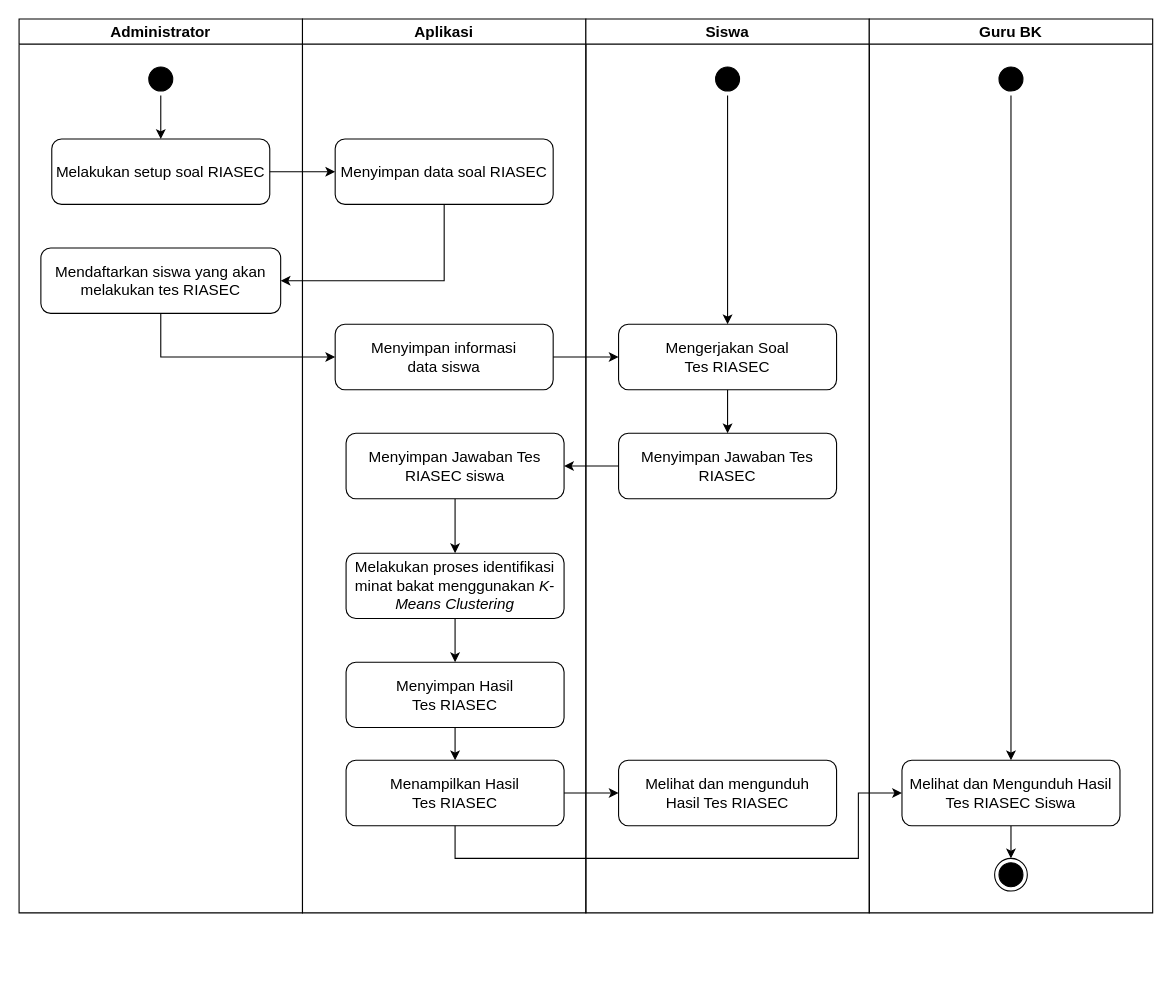
Above: page "Page-2" (1 of 2) of Analsis sistem yang berjalan.drawio in azizarizaldi/draw-io-project (draw.io), before the change. Source tidied: cells renumbered, new cells numbered last; positions are measured from the earlier drawing's top-left corner, leaving out a move shared by most shapes. Both pictures are drawn from the tidied source at 109%, with x=0, y=0 at pixel (19, 19).
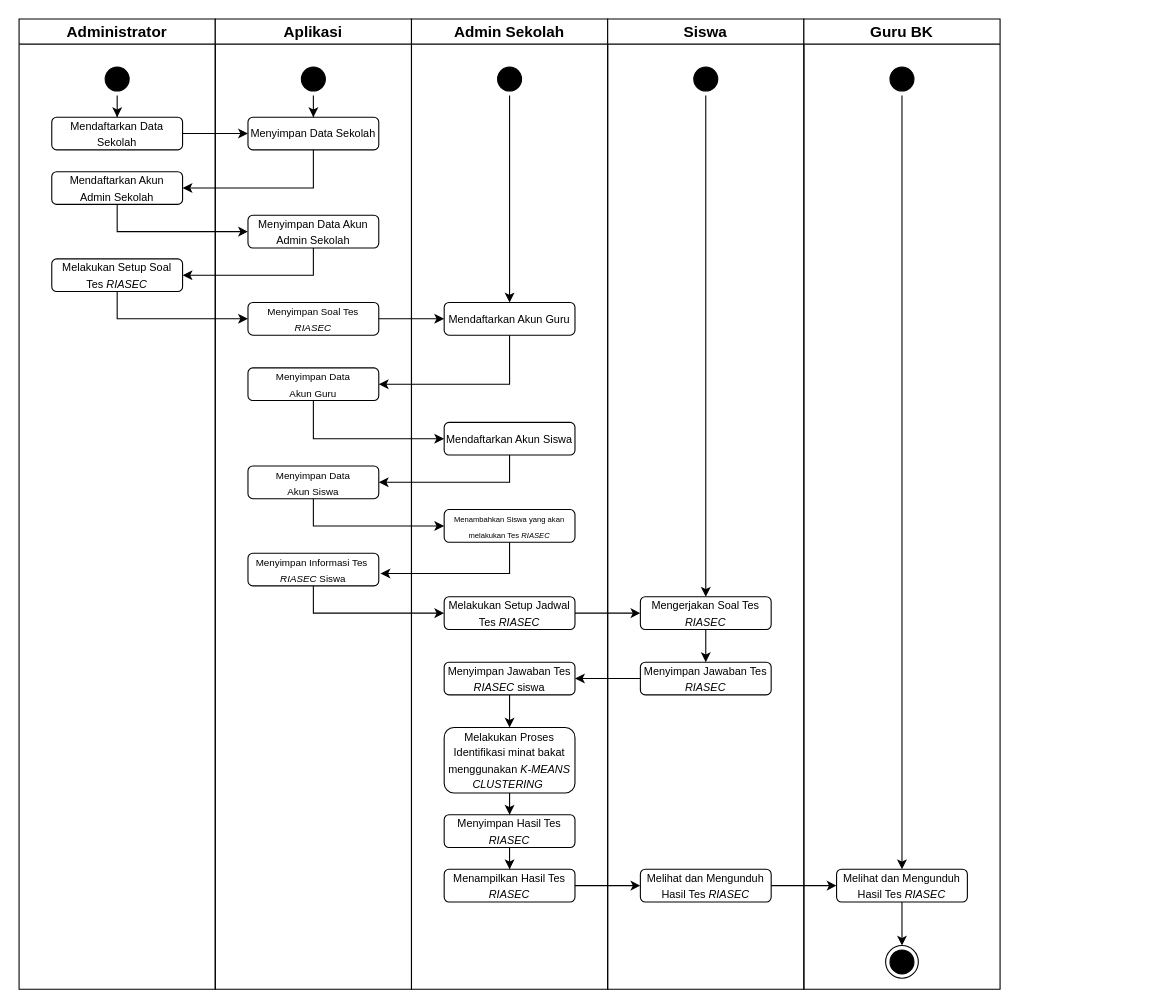
After the change.

Diff of the diagram source:
```diff
@@
     <mxCell id="2" value="&lt;font style=&quot;font-size: 14px;&quot;&gt;Administrator&lt;/font&gt;" style="swimlane;whiteSpace=wrap;html=1;startSize=23;" parent="1" vertex="1">
-      <mxGeometry width="260" height="820" as="geometry" />
+      <mxGeometry width="180" height="890" as="geometry" />
     </mxCell>
@@
     <mxCell id="4" style="ellipse;html=1;shape=startState;fillColor=#000000;strokeColor=#000000;" parent="2" vertex="1">
-      <mxGeometry x="115" y="40" width="30" height="30" as="geometry" />
+      <mxGeometry x="75" y="40" width="30" height="30" as="geometry" />
     </mxCell>
-    <mxCell id="5" value="&lt;font style=&quot;font-size: 14px;&quot;&gt;Melakukan setup soal RIASEC&lt;/font&gt;" style="rounded=1;whiteSpace=wrap;html=1;" parent="2" vertex="1">
-      <mxGeometry x="30" y="110" width="200" height="60" as="geometry" />
+    <mxCell id="5" value="&lt;font style=&quot;font-size: 10px;&quot;&gt;Mendaftarkan Data Sekolah&lt;/font&gt;" style="rounded=1;whiteSpace=wrap;html=1;" parent="2" vertex="1">
+      <mxGeometry x="30" y="90" width="120" height="30" as="geometry" />
     </mxCell>
-    <mxCell id="6" value="&lt;font style=&quot;font-size: 14px;&quot;&gt;Mendaftarkan siswa yang akan melakukan tes RIASEC&lt;/font&gt;" style="rounded=1;whiteSpace=wrap;html=1;" parent="2" vertex="1">
-      <mxGeometry x="20" y="210" width="220" height="60" as="geometry" />
+    <mxCell id="6" value="&lt;font style=&quot;font-size: 10px;&quot;&gt;Mendaftarkan Akun&lt;br&gt;Admin Sekolah&lt;/font&gt;" style="rounded=1;whiteSpace=wrap;html=1;" parent="2" vertex="1">
+      <mxGeometry x="30" y="140" width="120" height="30" as="geometry" />
     </mxCell>
+    <mxCell id="38" value="&lt;span style=&quot;font-size: 10px;&quot;&gt;Melakukan Setup Soal Tes &lt;i&gt;RIASEC&lt;/i&gt;&lt;/span&gt;" style="rounded=1;whiteSpace=wrap;html=1;" parent="2" vertex="1">
+      <mxGeometry x="30" y="220" width="120" height="30" as="geometry" />
+    </mxCell>
-    <mxCell id="7" value="&lt;span style=&quot;font-size: 14px;&quot;&gt;Aplikasi&lt;/span&gt;" style="swimlane;whiteSpace=wrap;html=1;" parent="1" vertex="1">
-      <mxGeometry x="260" width="260" height="820" as="geometry" />
+    <mxCell id="7" value="&lt;font style=&quot;font-size: 14px;&quot;&gt;Aplikasi&lt;/font&gt;" style="swimlane;whiteSpace=wrap;html=1;startSize=23;" parent="1" vertex="1">
+      <mxGeometry x="180" width="180" height="890" as="geometry" />
     </mxCell>
-    <mxCell id="8" value="&lt;font style=&quot;font-size: 14px;&quot;&gt;Menyimpan data soal RIASEC&lt;/font&gt;" style="rounded=1;whiteSpace=wrap;html=1;" parent="7" vertex="1">
-      <mxGeometry x="30" y="110" width="200" height="60" as="geometry" />
-    </mxCell>
-    <mxCell id="9" value="&lt;font style=&quot;font-size: 14px;&quot;&gt;Menyimpan informasi&lt;br&gt;data siswa&lt;/font&gt;" style="rounded=1;whiteSpace=wrap;html=1;" parent="7" vertex="1">
-      <mxGeometry x="30" y="280" width="200" height="60" as="geometry" />
-    </mxCell>
-    <mxCell id="10" style="edgeStyle=orthogonalEdgeStyle;rounded=0;jettySize=auto;html=1;" parent="7" edge="1" source="11" target="13">
-      <mxGeometry relative="1" as="geometry" />
-    </mxCell>
+    <mxCell id="39" style="edgeStyle=orthogonalEdgeStyle;rounded=0;jettySize=auto;html=1;" parent="7" edge="1" source="40" target="41">
+      <mxGeometry relative="1" as="geometry" />
+    </mxCell>
+    <mxCell id="40" style="ellipse;html=1;shape=startState;fillColor=#000000;strokeColor=#000000;" parent="7" vertex="1">
+      <mxGeometry x="75" y="40" width="30" height="30" as="geometry" />
+    </mxCell>
+    <mxCell id="41" value="&lt;font style=&quot;font-size: 10px;&quot;&gt;Menyimpan Data Sekolah&lt;/font&gt;" style="rounded=1;whiteSpace=wrap;html=1;" parent="7" vertex="1">
+      <mxGeometry x="30" y="90" width="120" height="30" as="geometry" />
+    </mxCell>
+    <mxCell id="42" value="&lt;span style=&quot;font-size: 10px;&quot;&gt;Menyimpan Data Akun Admin Sekolah&lt;/span&gt;" style="rounded=1;whiteSpace=wrap;html=1;" parent="7" vertex="1">
+      <mxGeometry x="30" y="180" width="120" height="30" as="geometry" />
+    </mxCell>
+    <mxCell id="43" value="&lt;font style=&quot;font-size: 9px;&quot;&gt;Menyimpan Soal Tes &lt;i style=&quot;&quot;&gt;RIASEC&lt;/i&gt;&lt;/font&gt;" style="rounded=1;whiteSpace=wrap;html=1;" parent="7" vertex="1">
+      <mxGeometry x="30" y="260" width="120" height="30" as="geometry" />
+    </mxCell>
+    <mxCell id="44" value="&lt;font style=&quot;font-size: 9px;&quot;&gt;Menyimpan Data&lt;br&gt;Akun Guru&lt;/font&gt;" style="rounded=1;whiteSpace=wrap;html=1;" parent="7" vertex="1">
+      <mxGeometry x="30" y="320" width="120" height="30" as="geometry" />
+    </mxCell>
+    <mxCell id="45" value="&lt;font style=&quot;font-size: 9px;&quot;&gt;Menyimpan Data&lt;br&gt;Akun Siswa&lt;/font&gt;" style="rounded=1;whiteSpace=wrap;html=1;" parent="7" vertex="1">
+      <mxGeometry x="30" y="410" width="120" height="30" as="geometry" />
+    </mxCell>
+    <mxCell id="46" value="&lt;font style=&quot;font-size: 9px;&quot;&gt;Menyimpan Informasi Tes&amp;nbsp; &lt;i&gt;RIASEC&amp;nbsp;&lt;/i&gt;Siswa&lt;/font&gt;" style="rounded=1;whiteSpace=wrap;html=1;" parent="7" vertex="1">
+      <mxGeometry x="30" y="490" width="120" height="30" as="geometry" />
+    </mxCell>
+    <mxCell id="47" value="&lt;font style=&quot;font-size: 14px;&quot;&gt;Admin Sekolah&lt;/font&gt;" style="swimlane;whiteSpace=wrap;html=1;startSize=23;" parent="1" vertex="1">
+      <mxGeometry x="360" width="180" height="890" as="geometry" />
+    </mxCell>
+    <mxCell id="48" style="edgeStyle=orthogonalEdgeStyle;rounded=0;jettySize=auto;html=1;" parent="47" edge="1" source="49" target="50">
+      <mxGeometry relative="1" as="geometry" />
+    </mxCell>
+    <mxCell id="49" style="ellipse;html=1;shape=startState;fillColor=#000000;strokeColor=#000000;" parent="47" vertex="1">
+      <mxGeometry x="75" y="40" width="30" height="30" as="geometry" />
+    </mxCell>
+    <mxCell id="50" value="&lt;font style=&quot;font-size: 10px;&quot;&gt;Mendaftarkan Akun Guru&lt;/font&gt;" style="rounded=1;whiteSpace=wrap;html=1;" parent="47" vertex="1">
+      <mxGeometry x="30" y="260" width="120" height="30" as="geometry" />
+    </mxCell>
+    <mxCell id="51" value="&lt;font style=&quot;font-size: 10px;&quot;&gt;Mendaftarkan Akun Siswa&lt;/font&gt;" style="rounded=1;whiteSpace=wrap;html=1;" parent="47" vertex="1">
+      <mxGeometry x="30" y="370" width="120" height="30" as="geometry" />
+    </mxCell>
+    <mxCell id="52" value="&lt;font style=&quot;font-size: 7px;&quot;&gt;Menambahkan Siswa yang akan melakukan Tes &lt;i style=&quot;&quot;&gt;RIASEC&lt;/i&gt;&lt;/font&gt;" style="rounded=1;whiteSpace=wrap;html=1;" parent="47" vertex="1">
+      <mxGeometry x="30" y="450" width="120" height="30" as="geometry" />
+    </mxCell>
+    <mxCell id="53" value="&lt;font size=&quot;1&quot;&gt;Melakukan Setup Jadwal Tes &lt;i&gt;RIASEC&lt;/i&gt;&lt;/font&gt;" style="rounded=1;whiteSpace=wrap;html=1;" parent="47" vertex="1">
+      <mxGeometry x="30" y="530" width="120" height="30" as="geometry" />
+    </mxCell>
+    <mxCell id="54" style="edgeStyle=orthogonalEdgeStyle;rounded=0;jettySize=auto;html=1;" parent="47" edge="1" source="11" target="56">
+      <mxGeometry relative="1" as="geometry" />
+    </mxCell>
-    <mxCell id="11" value="&lt;span style=&quot;font-size: 14px;&quot;&gt;Menyimpan Jawaban Tes RIASEC siswa&lt;/span&gt;" style="rounded=1;whiteSpace=wrap;html=1;" parent="7" vertex="1">
-      <mxGeometry x="40" y="380" width="200" height="60" as="geometry" />
+    <mxCell id="11" value="&lt;font size=&quot;1&quot;&gt;Menyimpan Jawaban Tes &lt;i&gt;RIASEC &lt;/i&gt;siswa&lt;/font&gt;" style="rounded=1;whiteSpace=wrap;html=1;" parent="47" vertex="1">
+      <mxGeometry x="30" y="590" width="120" height="30" as="geometry" />
     </mxCell>
-    <mxCell id="12" style="edgeStyle=orthogonalEdgeStyle;rounded=0;jettySize=auto;html=1;" parent="7" edge="1" source="13" target="15">
-      <mxGeometry relative="1" as="geometry" />
-    </mxCell>
-    <mxCell id="13" value="&lt;span style=&quot;font-size: 14px;&quot;&gt;Melakukan proses identifikasi minat bakat menggunakan &lt;i&gt;K-Means Clustering&lt;/i&gt;&lt;/span&gt;" style="rounded=1;whiteSpace=wrap;html=1;" parent="7" vertex="1">
-      <mxGeometry x="40" y="490" width="200" height="60" as="geometry" />
-    </mxCell>
+    <mxCell id="55" style="edgeStyle=orthogonalEdgeStyle;rounded=0;jettySize=auto;html=1;" parent="47" edge="1" source="56" target="15">
+      <mxGeometry relative="1" as="geometry" />
+    </mxCell>
+    <mxCell id="56" value="&lt;font size=&quot;1&quot;&gt;Melakukan Proses Identifikasi minat bakat menggunakan &lt;i&gt;K-MEANS CLUSTERING&amp;nbsp;&lt;/i&gt;&lt;/font&gt;" style="rounded=1;whiteSpace=wrap;html=1;" parent="47" vertex="1">
+      <mxGeometry x="30" y="650" width="120" height="60" as="geometry" />
+    </mxCell>
-    <mxCell id="14" style="edgeStyle=orthogonalEdgeStyle;rounded=0;jettySize=auto;html=1;" parent="7" edge="1" source="15" target="16">
+    <mxCell id="14" style="edgeStyle=orthogonalEdgeStyle;rounded=0;jettySize=auto;html=1;" parent="47" edge="1" source="15" target="16">
       <mxGeometry relative="1" as="geometry" />
     </mxCell>
-    <mxCell id="15" value="&lt;span style=&quot;font-size: 14px;&quot;&gt;Menyimpan Hasil&lt;br&gt;Tes RIASEC&lt;/span&gt;" style="rounded=1;whiteSpace=wrap;html=1;" parent="7" vertex="1">
-      <mxGeometry x="40" y="590" width="200" height="60" as="geometry" />
+    <mxCell id="15" value="&lt;font size=&quot;1&quot;&gt;Menyimpan Hasil Tes &lt;i&gt;RIASEC&lt;/i&gt;&lt;/font&gt;" style="rounded=1;whiteSpace=wrap;html=1;" parent="47" vertex="1">
+      <mxGeometry x="30" y="730" width="120" height="30" as="geometry" />
     </mxCell>
-    <mxCell id="16" value="&lt;span style=&quot;font-size: 14px;&quot;&gt;Menampilkan Hasil&lt;br&gt;Tes RIASEC&lt;/span&gt;" style="rounded=1;whiteSpace=wrap;html=1;" parent="7" vertex="1">
-      <mxGeometry x="40" y="680" width="200" height="60" as="geometry" />
+    <mxCell id="16" value="&lt;font size=&quot;1&quot;&gt;Menampilkan Hasil Tes &lt;i&gt;RIASEC&lt;/i&gt;&lt;/font&gt;" style="rounded=1;whiteSpace=wrap;html=1;" parent="47" vertex="1">
+      <mxGeometry x="30" y="780" width="120" height="30" as="geometry" />
     </mxCell>
-    <mxCell id="17" value="&lt;font style=&quot;font-size: 14px;&quot;&gt;Siswa&lt;/font&gt;" style="swimlane;whiteSpace=wrap;html=1;" parent="1" vertex="1">
-      <mxGeometry x="520" width="260" height="820" as="geometry" />
+    <mxCell id="17" value="&lt;font style=&quot;font-size: 14px;&quot;&gt;Siswa&lt;/font&gt;" style="swimlane;whiteSpace=wrap;html=1;startSize=23;" parent="1" vertex="1">
+      <mxGeometry x="540" width="180" height="890" as="geometry" />
     </mxCell>
-    <mxCell id="18" style="edgeStyle=orthogonalEdgeStyle;rounded=0;jettySize=auto;html=1;" parent="17" edge="1" source="19">
-      <mxGeometry relative="1" as="geometry">
-        <mxPoint x="130" y="280" as="targetPoint" />
-      </mxGeometry>
-    </mxCell>
-    <mxCell id="19" style="ellipse;html=1;shape=startState;fillColor=#000000;strokeColor=#000000;" parent="17" vertex="1">
-      <mxGeometry x="115" y="40" width="30" height="30" as="geometry" />
-    </mxCell>
-    <mxCell id="20" value="&lt;span style=&quot;font-size: 14px;&quot;&gt;Menyimpan Jawaban Tes RIASEC&lt;/span&gt;" style="rounded=1;whiteSpace=wrap;html=1;" parent="17" vertex="1">
-      <mxGeometry x="30" y="380" width="200" height="60" as="geometry" />
-    </mxCell>
+    <mxCell id="57" style="edgeStyle=orthogonalEdgeStyle;rounded=0;jettySize=auto;html=1;" parent="17" edge="1" source="58" target="22">
+      <mxGeometry relative="1" as="geometry" />
+    </mxCell>
+    <mxCell id="58" style="ellipse;html=1;shape=startState;fillColor=#000000;strokeColor=#000000;" parent="17" vertex="1">
+      <mxGeometry x="75" y="40" width="30" height="30" as="geometry" />
+    </mxCell>
@@
-    <mxCell id="22" value="&lt;span style=&quot;font-size: 14px;&quot;&gt;Mengerjakan Soal&lt;br&gt;Tes RIASEC&lt;/span&gt;" style="rounded=1;whiteSpace=wrap;html=1;" parent="17" vertex="1">
-      <mxGeometry x="30" y="280" width="200" height="60" as="geometry" />
+    <mxCell id="22" value="&lt;font style=&quot;font-size: 10px;&quot;&gt;Mengerjakan Soal Tes &lt;i&gt;RIASEC&lt;/i&gt;&lt;/font&gt;" style="rounded=1;whiteSpace=wrap;html=1;" parent="17" vertex="1">
+      <mxGeometry x="30" y="530" width="120" height="30" as="geometry" />
     </mxCell>
-    <mxCell id="23" value="&lt;span style=&quot;font-size: 14px;&quot;&gt;Melihat dan mengunduh&lt;br&gt;Hasil Tes RIASEC&lt;/span&gt;" style="rounded=1;whiteSpace=wrap;html=1;" parent="17" vertex="1">
-      <mxGeometry x="30" y="680" width="200" height="60" as="geometry" />
-    </mxCell>
-    <mxCell id="24" style="edgeStyle=orthogonalEdgeStyle;rounded=0;jettySize=auto;html=1;" parent="1" edge="1" source="5" target="8">
-      <mxGeometry relative="1" as="geometry" />
-    </mxCell>
-    <mxCell id="25" style="edgeStyle=orthogonalEdgeStyle;rounded=0;jettySize=auto;html=1;entryX=1;entryY=0.5;entryDx=0;entryDy=0;" parent="1" edge="1" source="8" target="6">
-      <mxGeometry relative="1" as="geometry">
-        <Array as="points">
-          <mxPoint x="390" y="240" />
-        </Array>
-      </mxGeometry>
-    </mxCell>
-    <mxCell id="26" style="edgeStyle=orthogonalEdgeStyle;rounded=0;jettySize=auto;html=1;entryX=0;entryY=0.5;entryDx=0;entryDy=0;" parent="1" edge="1" source="6" target="9">
-      <mxGeometry relative="1" as="geometry">
-        <Array as="points">
-          <mxPoint x="130" y="310" />
-        </Array>
-      </mxGeometry>
-    </mxCell>
-    <mxCell id="27" style="edgeStyle=orthogonalEdgeStyle;rounded=0;jettySize=auto;html=1;" parent="1" edge="1" source="9" target="22">
-      <mxGeometry relative="1" as="geometry" />
-    </mxCell>
+    <mxCell id="20" value="&lt;font size=&quot;1&quot;&gt;Menyimpan Jawaban Tes &lt;i&gt;RIASEC&lt;/i&gt;&lt;/font&gt;" style="rounded=1;whiteSpace=wrap;html=1;" parent="17" vertex="1">
+      <mxGeometry x="30" y="590" width="120" height="30" as="geometry" />
+    </mxCell>
+    <mxCell id="59" value="&lt;font size=&quot;1&quot;&gt;Melihat dan Mengunduh Hasil Tes &lt;i&gt;RIASEC&lt;/i&gt;&lt;/font&gt;" style="rounded=1;whiteSpace=wrap;html=1;" parent="17" vertex="1">
+      <mxGeometry x="30" y="780" width="120" height="30" as="geometry" />
+    </mxCell>
+    <mxCell id="29" value="&lt;span style=&quot;font-size: 14px;&quot;&gt;Guru BK&lt;/span&gt;" style="swimlane;whiteSpace=wrap;html=1;startSize=23;" parent="1" vertex="1">
+      <mxGeometry x="720" width="180" height="890" as="geometry" />
+    </mxCell>
+    <mxCell id="60" style="edgeStyle=orthogonalEdgeStyle;rounded=0;jettySize=auto;html=1;entryX=0.5;entryY=0;entryDx=0;entryDy=0;" parent="29" edge="1" source="61" target="63">
+      <mxGeometry relative="1" as="geometry" />
+    </mxCell>
+    <mxCell id="61" style="ellipse;html=1;shape=startState;fillColor=#000000;strokeColor=#000000;" parent="29" vertex="1">
+      <mxGeometry x="75" y="40" width="30" height="30" as="geometry" />
+    </mxCell>
+    <mxCell id="62" style="edgeStyle=orthogonalEdgeStyle;rounded=0;jettySize=auto;html=1;" parent="29" edge="1" source="63" target="64">
+      <mxGeometry relative="1" as="geometry" />
+    </mxCell>
+    <mxCell id="63" value="&lt;font size=&quot;1&quot;&gt;Melihat dan Mengunduh Hasil Tes &lt;i&gt;RIASEC&lt;/i&gt;&lt;/font&gt;" style="rounded=1;whiteSpace=wrap;html=1;" parent="29" vertex="1">
+      <mxGeometry x="30" y="780" width="120" height="30" as="geometry" />
+    </mxCell>
+    <mxCell id="64" style="ellipse;html=1;shape=endState;fillColor=#000000;strokeColor=#000000;" parent="29" vertex="1">
+      <mxGeometry x="75" y="850" width="30" height="30" as="geometry" />
+    </mxCell>
+    <mxCell id="65" style="edgeStyle=orthogonalEdgeStyle;rounded=0;jettySize=auto;html=1;entryX=0;entryY=0.5;entryDx=0;entryDy=0;" parent="1" edge="1" source="5" target="41">
+      <mxGeometry relative="1" as="geometry" />
+    </mxCell>
+    <mxCell id="66" style="edgeStyle=orthogonalEdgeStyle;rounded=0;jettySize=auto;html=1;entryX=1;entryY=0.5;entryDx=0;entryDy=0;" parent="1" edge="1" source="41" target="6">
+      <mxGeometry relative="1" as="geometry">
+        <Array as="points">
+          <mxPoint x="270" y="155" />
+        </Array>
+      </mxGeometry>
+    </mxCell>
+    <mxCell id="67" style="edgeStyle=orthogonalEdgeStyle;rounded=0;jettySize=auto;html=1;exitX=0.5;exitY=1;exitDx=0;exitDy=0;" parent="1" edge="1" source="6" target="42">
+      <mxGeometry relative="1" as="geometry">
+        <Array as="points">
+          <mxPoint x="90" y="195" />
+        </Array>
+      </mxGeometry>
+    </mxCell>
+    <mxCell id="68" style="edgeStyle=orthogonalEdgeStyle;rounded=0;jettySize=auto;html=1;entryX=1;entryY=0.5;entryDx=0;entryDy=0;" parent="1" edge="1" source="42" target="38">
+      <mxGeometry relative="1" as="geometry">
+        <Array as="points">
+          <mxPoint x="270" y="235" />
+        </Array>
+      </mxGeometry>
+    </mxCell>
+    <mxCell id="69" style="edgeStyle=orthogonalEdgeStyle;rounded=0;jettySize=auto;html=1;entryX=0;entryY=0.5;entryDx=0;entryDy=0;" parent="1" edge="1" source="38" target="43">
+      <mxGeometry relative="1" as="geometry">
+        <Array as="points">
+          <mxPoint x="90" y="275" />
+        </Array>
+      </mxGeometry>
+    </mxCell>
+    <mxCell id="70" style="edgeStyle=orthogonalEdgeStyle;rounded=0;jettySize=auto;html=1;entryX=0;entryY=0.5;entryDx=0;entryDy=0;" parent="1" edge="1" source="43" target="50">
+      <mxGeometry relative="1" as="geometry" />
+    </mxCell>
+    <mxCell id="71" style="edgeStyle=orthogonalEdgeStyle;rounded=0;jettySize=auto;html=1;entryX=1;entryY=0.5;entryDx=0;entryDy=0;" parent="1" edge="1" source="50" target="44">
+      <mxGeometry relative="1" as="geometry">
+        <Array as="points">
+          <mxPoint x="450" y="335" />
+        </Array>
+      </mxGeometry>
+    </mxCell>
+    <mxCell id="72" style="edgeStyle=orthogonalEdgeStyle;rounded=0;jettySize=auto;html=1;" parent="1" edge="1" source="44" target="51">
+      <mxGeometry relative="1" as="geometry">
+        <Array as="points">
+          <mxPoint x="270" y="385" />
+        </Array>
+      </mxGeometry>
+    </mxCell>
+    <mxCell id="73" style="edgeStyle=orthogonalEdgeStyle;rounded=0;jettySize=auto;html=1;entryX=1;entryY=0.5;entryDx=0;entryDy=0;" parent="1" edge="1" source="51" target="45">
+      <mxGeometry relative="1" as="geometry">
+        <Array as="points">
+          <mxPoint x="450" y="425" />
+        </Array>
+      </mxGeometry>
+    </mxCell>
+    <mxCell id="74" style="edgeStyle=orthogonalEdgeStyle;rounded=0;jettySize=auto;html=1;entryX=0;entryY=0.5;entryDx=0;entryDy=0;" parent="1" edge="1" source="45" target="52">
+      <mxGeometry relative="1" as="geometry">
+        <Array as="points">
+          <mxPoint x="270" y="465" />
+        </Array>
+      </mxGeometry>
+    </mxCell>
+    <mxCell id="75" style="edgeStyle=orthogonalEdgeStyle;rounded=0;jettySize=auto;html=1;entryX=1.013;entryY=0.621;entryDx=0;entryDy=0;entryPerimeter=0;" parent="1" edge="1" source="52" target="46">
+      <mxGeometry relative="1" as="geometry">
+        <Array as="points">
+          <mxPoint x="450" y="509" />
+        </Array>
+      </mxGeometry>
+    </mxCell>
+    <mxCell id="76" style="edgeStyle=orthogonalEdgeStyle;rounded=0;jettySize=auto;html=1;entryX=0;entryY=0.5;entryDx=0;entryDy=0;" parent="1" edge="1" source="46" target="53">
+      <mxGeometry relative="1" as="geometry">
+        <Array as="points">
+          <mxPoint x="270" y="545" />
+        </Array>
+      </mxGeometry>
+    </mxCell>
+    <mxCell id="77" style="edgeStyle=orthogonalEdgeStyle;rounded=0;jettySize=auto;html=1;" parent="1" edge="1" source="53" target="22">
+      <mxGeometry relative="1" as="geometry" />
+    </mxCell>
@@
-    <mxCell id="29" value="&lt;font style=&quot;font-size: 14px;&quot;&gt;Guru BK&lt;/font&gt;" style="swimlane;whiteSpace=wrap;html=1;" parent="1" vertex="1">
-      <mxGeometry x="780" width="260" height="820" as="geometry" />
-    </mxCell>
-    <mxCell id="30" style="edgeStyle=orthogonalEdgeStyle;rounded=0;jettySize=auto;html=1;entryX=0.5;entryY=0;entryDx=0;entryDy=0;" parent="29" edge="1" source="31" target="34">
-      <mxGeometry relative="1" as="geometry" />
-    </mxCell>
-    <mxCell id="31" style="ellipse;html=1;shape=startState;fillColor=#000000;strokeColor=#000000;" parent="29" vertex="1">
-      <mxGeometry x="115" y="40" width="30" height="30" as="geometry" />
-    </mxCell>
-    <mxCell id="32" style="edgeStyle=orthogonalEdgeStyle;rounded=0;orthogonalLoop=1;jettySize=auto;html=1;" parent="29" edge="1">
-      <mxGeometry relative="1" as="geometry">
-        <mxPoint x="130" y="340" as="sourcePoint" />
-      </mxGeometry>
-    </mxCell>
-    <mxCell id="33" style="edgeStyle=orthogonalEdgeStyle;rounded=0;jettySize=auto;html=1;" parent="29" edge="1" source="34" target="35">
-      <mxGeometry relative="1" as="geometry" />
-    </mxCell>
-    <mxCell id="34" value="&lt;span style=&quot;font-size: 14px;&quot;&gt;Melihat dan Mengunduh Hasil Tes RIASEC Siswa&lt;/span&gt;" style="rounded=1;whiteSpace=wrap;html=1;" parent="29" vertex="1">
-      <mxGeometry x="30" y="680" width="200" height="60" as="geometry" />
-    </mxCell>
-    <mxCell id="35" style="ellipse;html=1;shape=endState;fillColor=#000000;strokeColor=#000000;" parent="29" vertex="1">
-      <mxGeometry x="115" y="770" width="30" height="30" as="geometry" />
-    </mxCell>
-    <mxCell id="36" style="edgeStyle=orthogonalEdgeStyle;rounded=0;jettySize=auto;html=1;entryX=0;entryY=0.5;entryDx=0;entryDy=0;" parent="1" edge="1" source="16" target="23">
-      <mxGeometry relative="1" as="geometry" />
-    </mxCell>
-    <mxCell id="37" style="edgeStyle=orthogonalEdgeStyle;rounded=0;jettySize=auto;html=1;entryX=0;entryY=0.5;entryDx=0;entryDy=0;" parent="1" edge="1" source="16" target="34">
-      <mxGeometry relative="1" as="geometry">
-        <Array as="points">
-          <mxPoint x="400" y="770" />
-          <mxPoint x="770" y="770" />
-          <mxPoint x="770" y="710" />
-        </Array>
-      </mxGeometry>
-    </mxCell>
+    <mxCell id="78" style="edgeStyle=orthogonalEdgeStyle;rounded=0;jettySize=auto;html=1;" parent="1" edge="1" source="16" target="59">
+      <mxGeometry relative="1" as="geometry" />
+    </mxCell>
+    <mxCell id="79" style="edgeStyle=orthogonalEdgeStyle;rounded=0;jettySize=auto;html=1;entryX=0;entryY=0.5;entryDx=0;entryDy=0;" parent="1" edge="1" source="59" target="63">
+      <mxGeometry relative="1" as="geometry">
+        <Array as="points">
+          <mxPoint x="730" y="795" />
+          <mxPoint x="730" y="795" />
+        </Array>
+      </mxGeometry>
+    </mxCell>
```
